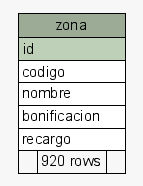
Before: postgresql/schemaSpy/salida/diagrams/summary/zona.1degree.png, a diagram exported from Graphviz (diegopablomansilla/massoftware_front). Its source is kept beside it as postgresql/schemaSpy/salida/diagrams/summary/zona.1degree.dot.
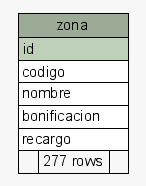
The same diagram one commit later.

What changed in the source:
```diff
@@ -24,7 +24,7 @@
       <TR><TD PORT="nombre" COLSPAN="3" ALIGN="LEFT">nombre</TD></TR>
       <TR><TD PORT="bonificacion" COLSPAN="3" ALIGN="LEFT">bonificacion</TD></TR>
       <TR><TD PORT="recargo" COLSPAN="3" ALIGN="LEFT">recargo</TD></TR>
-      <TR><TD ALIGN="LEFT" BGCOLOR="#f7f7f7">  </TD><TD ALIGN="RIGHT" BGCOLOR="#f7f7f7">920 rows</TD><TD ALIGN="RIGHT" BGCOLOR="#f7f7f7">  </TD></TR>
+      <TR><TD ALIGN="LEFT" BGCOLOR="#f7f7f7">  </TD><TD ALIGN="RIGHT" BGCOLOR="#f7f7f7">277 rows</TD><TD ALIGN="RIGHT" BGCOLOR="#f7f7f7">  </TD></TR>
     </TABLE>>
     URL="tables/zona.html"
     tooltip="zona"
```
